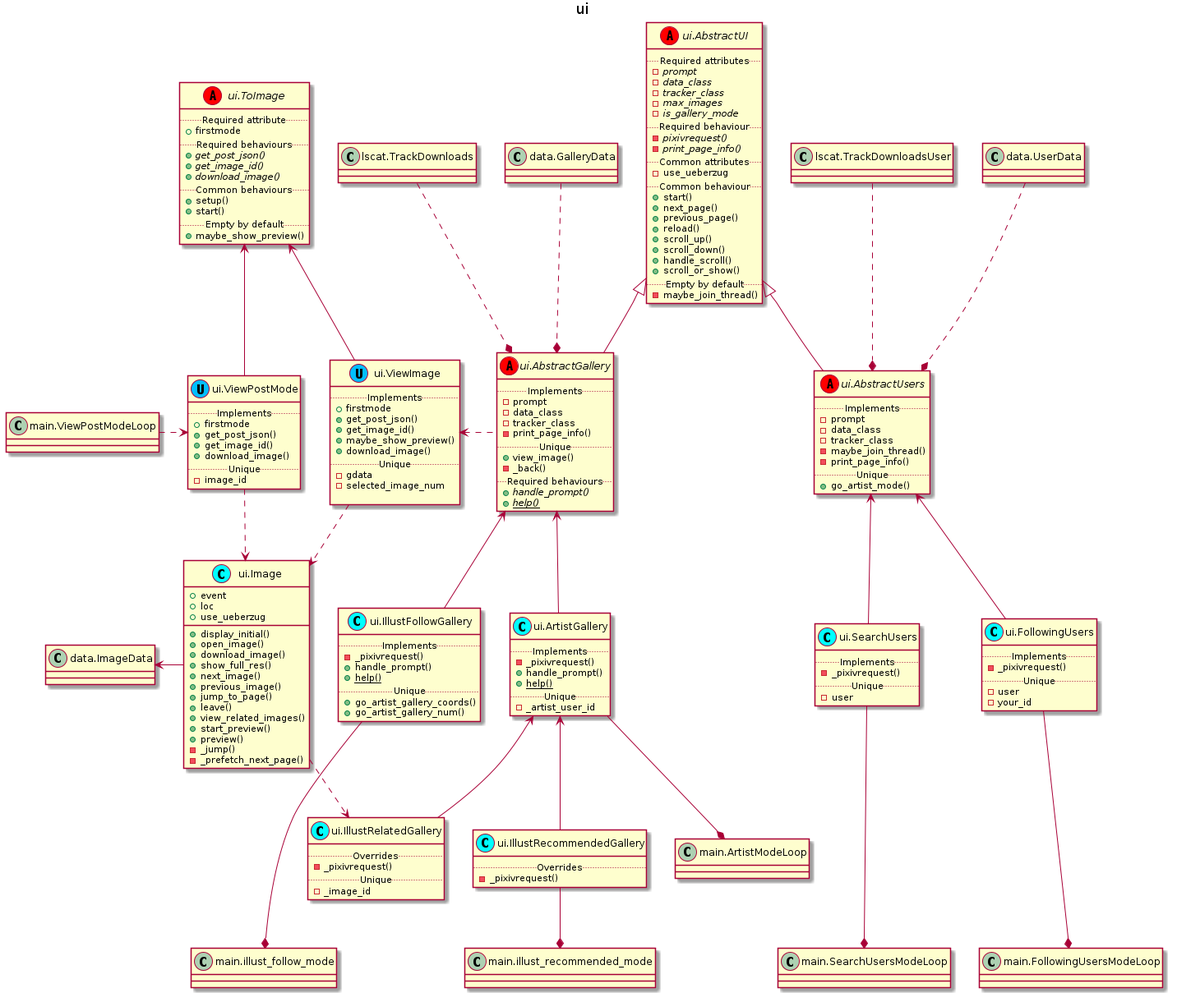
This is puml/classes/render/ui.png from akazukin5151/koneko, a PlantUML export, as it was before one commit.
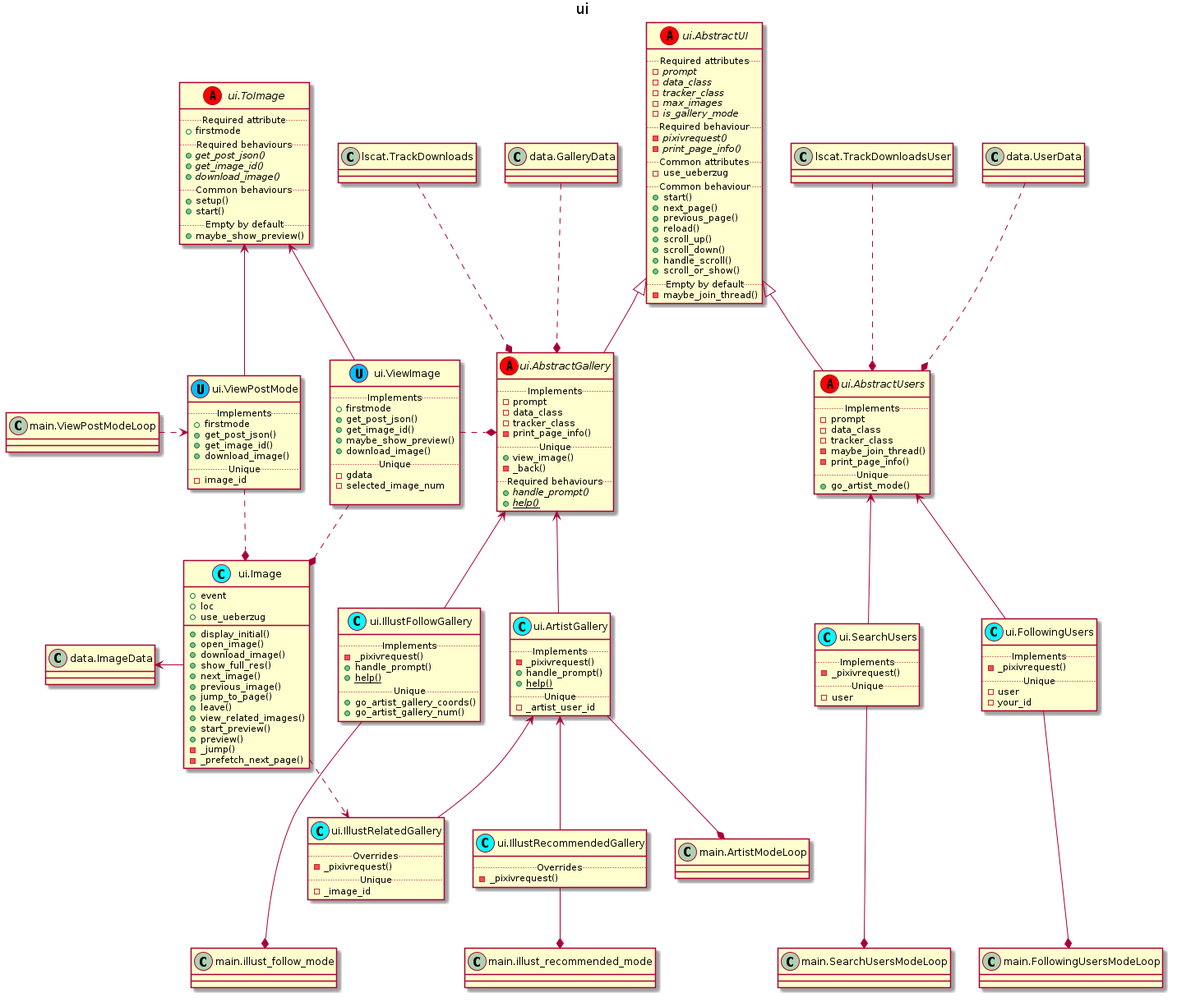
Later version of the same file.

Commit message:
Update puml: update relationship between mode 1 and mode 2

Change to the diagram source:
```diff
@@ -182,9 +182,9 @@
 
 main.ViewPostModeLoop ..right.> ui.ViewPostMode
 
-ui.ViewPostMode ..> ui.Image
-ui.ViewImage ..> ui.Image
-ui.ViewImage <.left. ui.AbstractGallery
+ui.ViewPostMode ..* ui.Image
+ui.ViewImage ..* ui.Image
+ui.ViewImage .left.* ui.AbstractGallery
 
 ui.Image ..> ui.IllustRelatedGallery
 
```
